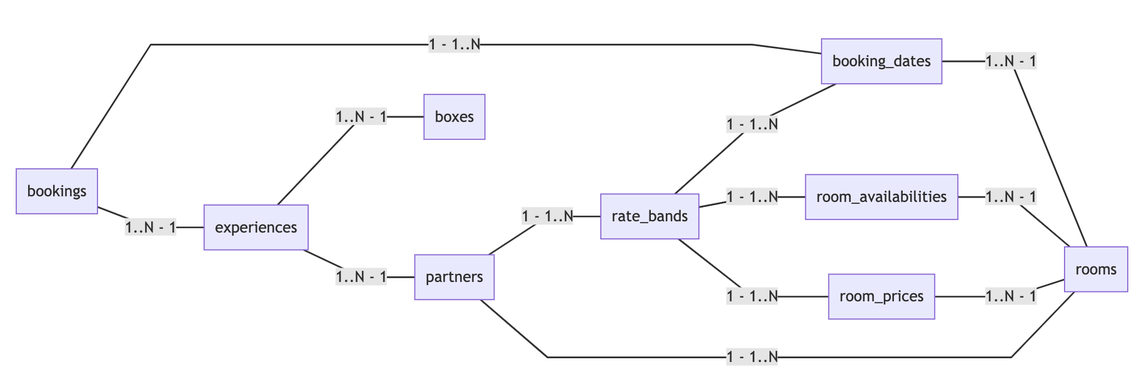
xwind1999/r2d2 keeps this Mermaid diagram as docs/schema/high-level-data-model.png. Above is the earlier version. Its source is kept beside it as docs/schema/high-level-data-model.mmd.
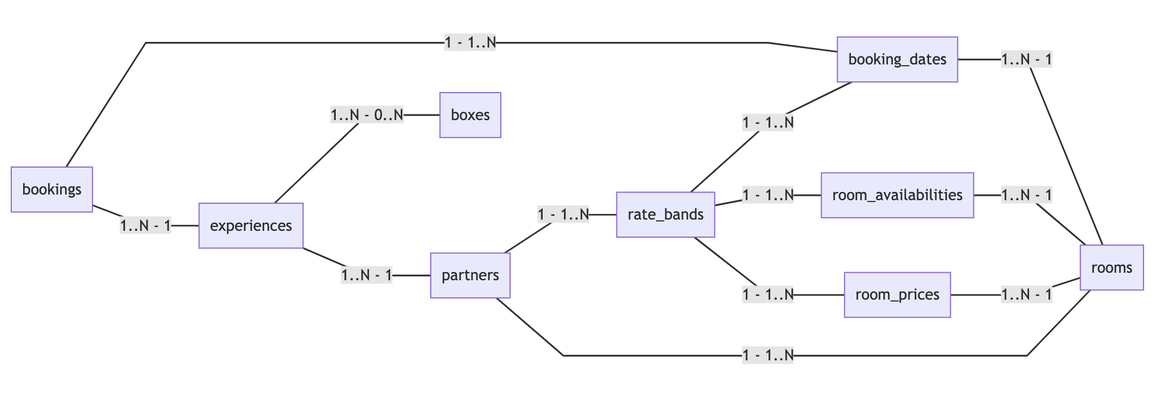
After the commit.

Commit message:
Updating high level data model

What changed in the source:
```diff
@@ -1,7 +1,7 @@
 graph LR
 bookings ---|"1 - 1..N"| booking_dates
 bookings ---|"1..N - 1"| experiences
-experiences ---|"1..N - 1"| boxes
+experiences ---|"1..N - 0..N"| boxes
 experiences ---|"1..N - 1"| partners
 partners ---|"1 - 1..N"| rate_bands
 partners ---|"1 - 1..N"| rooms
```
